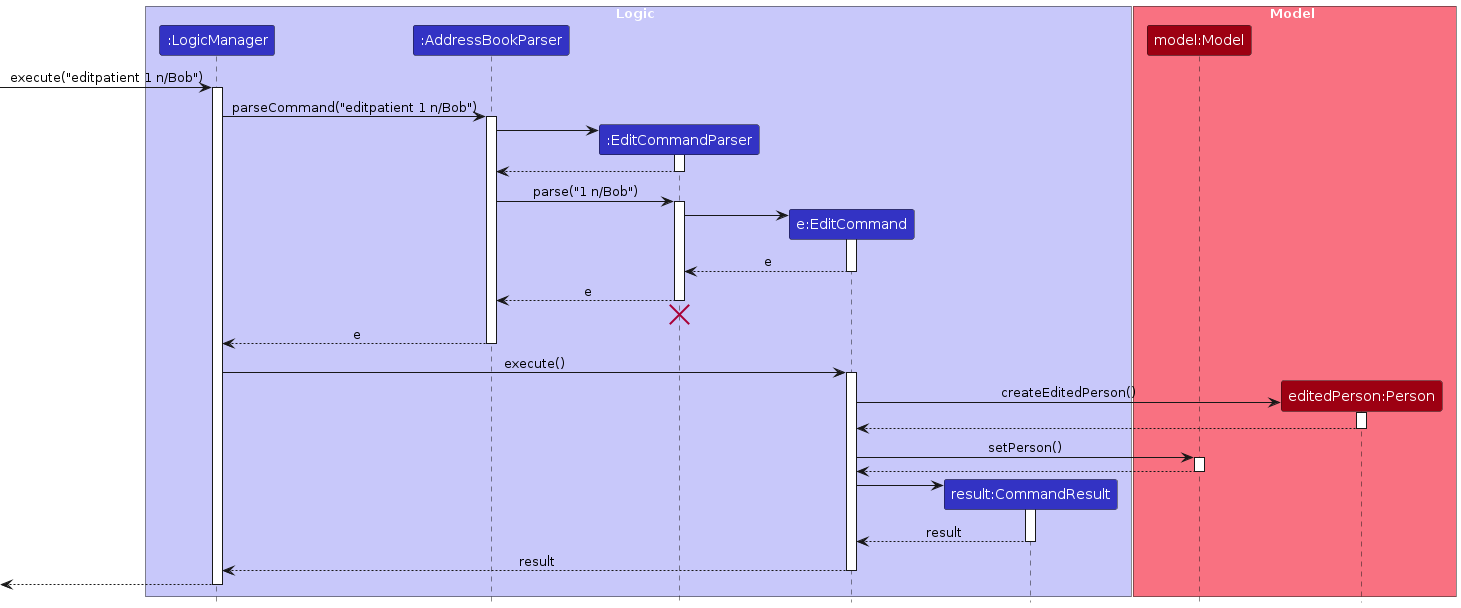
This is diagrams/EditPatientSequenceDiagram.png from ryanongwx/tp, a PlantUML export, as it was before one commit. Its source is kept beside it as diagrams/EditPatientSequenceDiagram.puml.
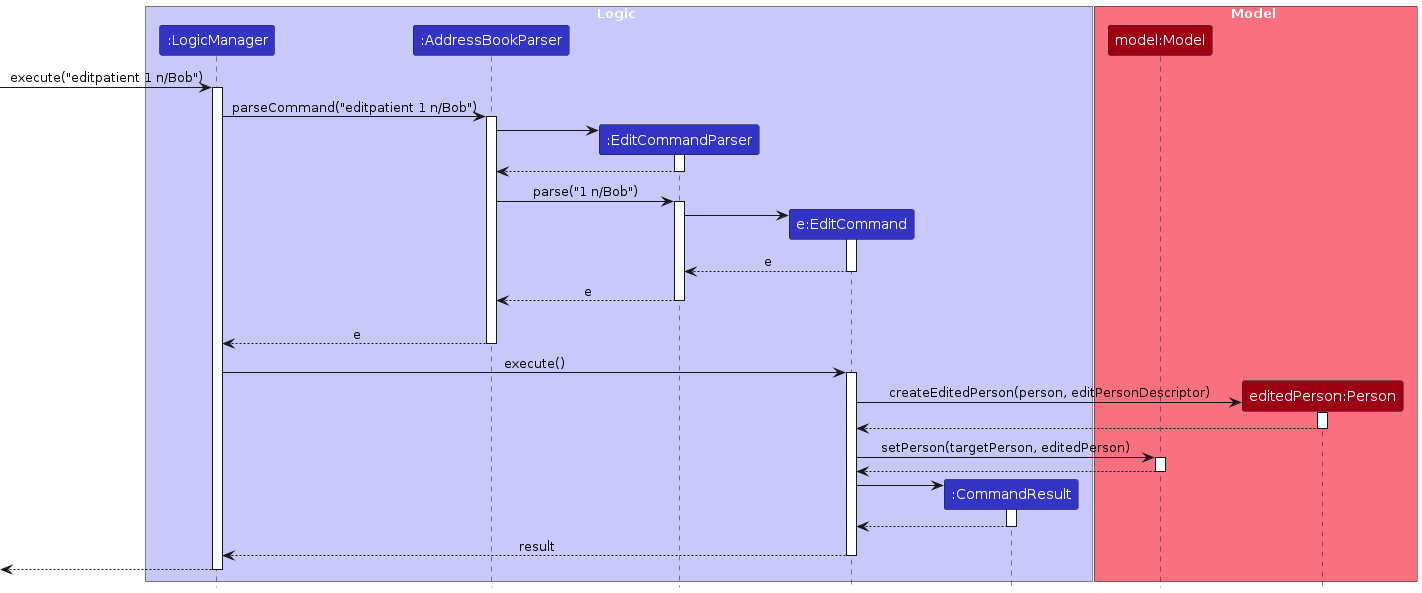
The same diagram one commit later.

The edit, as a diff of the source:
```diff
@@ -7,7 +7,7 @@
 participant ":AddressBookParser" as AddressBookParser LOGIC_COLOR
 participant ":EditCommandParser" as EditCommandParser LOGIC_COLOR
 participant "e:EditCommand" as EditCommand LOGIC_COLOR
-participant "result:CommandResult" as CommandResult LOGIC_COLOR
+participant ":CommandResult" as CommandResult LOGIC_COLOR
 end box
 
 box Model MODEL_COLOR_T1
@@ -41,7 +41,7 @@
 EditCommandParser --> AddressBookParser : e
 deactivate EditCommandParser
 EditCommandParser -[hidden]-> AddressBookParser
-destroy EditCommandParser
+deactivate EditCommandParser
 
 
 AddressBookParser --> LogicManager : e
@@ -51,13 +51,13 @@
 activate EditCommand
 
 create Person
-EditCommand -> Person : createEditedPerson()
+EditCommand -> Person : createEditedPerson(person, editPersonDescriptor)
 activate Person
 
 Person --> EditCommand
 deactivate Person
 
-EditCommand -> Model : setPerson()
+EditCommand -> Model : setPerson(targetPerson, editedPerson)
 activate Model
 
 Model --> EditCommand
@@ -67,7 +67,7 @@
 EditCommand -> CommandResult
 activate CommandResult
 
-CommandResult --> EditCommand : result
+CommandResult --> EditCommand
 deactivate CommandResult
 
 EditCommand --> LogicManager : result
```
